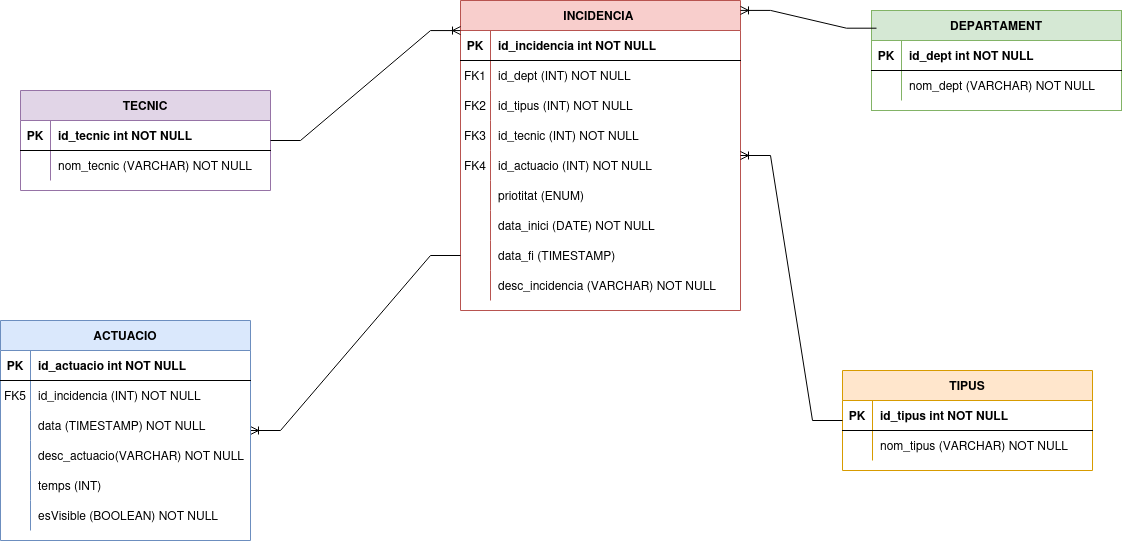
Above: assets/modelER_incidencia.drawio.png in inspedralbes/projecte-1daw-25-26-daw1pj_patri_jc (draw.io), before the change. Source tidied: cells renumbered, new cells last; positions are measured from the earlier drawing's top-left corner, leaving out a move shared by most shapes.
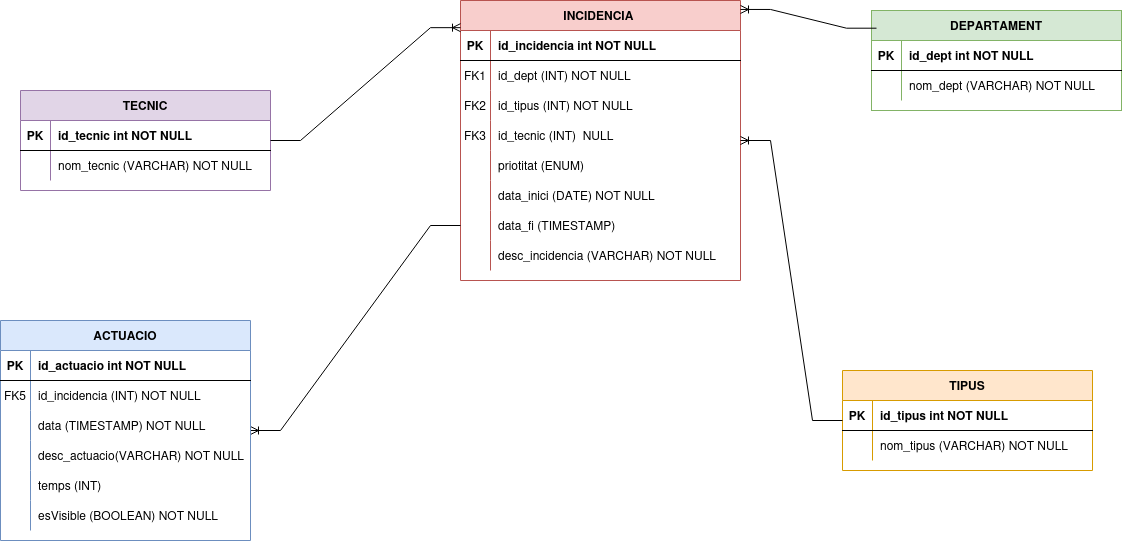
The same file after the commit.

Change to the diagram source:
```diff
@@ -24,7 +24,7 @@
       <mxGeometry x="30" width="220" height="30" as="geometry" />
     </mxCell>
     <mxCell id="9" value="INCIDENCIA " style="shape=table;startSize=30;rowLines=0;fontStyle=1;align=center;fillColor=#f8cecc;strokeColor=#b85450;" parent="1" vertex="1">
-      <mxGeometry x="460" width="280" height="310" as="geometry" />
+      <mxGeometry x="460" width="280" height="280" as="geometry" />
     </mxCell>
     <mxCell id="10" style="shape=partialRectangle;fillColor=none;top=0;left=0;right=0;bottom=1;" parent="9" vertex="1">
       <mxGeometry y="30" width="280" height="30" as="geometry" />
@@ -59,20 +59,11 @@
     <mxCell id="20" value="FK3" style="shape=partialRectangle;overflow=hidden;fillColor=none;top=0;left=0;bottom=0;right=0;" parent="19" vertex="1">
       <mxGeometry width="30" height="30" as="geometry" />
     </mxCell>
-    <mxCell id="21" value="id_tecnic (INT) NOT NULL" style="shape=partialRectangle;overflow=hidden;fillColor=none;top=0;left=0;bottom=0;right=0;align=left;spacingLeft=6;" parent="19" vertex="1">
+    <mxCell id="21" value="id_tecnic (INT)  NULL" style="shape=partialRectangle;overflow=hidden;fillColor=none;top=0;left=0;bottom=0;right=0;align=left;spacingLeft=6;" parent="19" vertex="1">
       <mxGeometry x="30" width="250" height="30" as="geometry" />
     </mxCell>
-    <mxCell id="22" style="shape=partialRectangle;fillColor=none;top=0;left=0;right=0;bottom=0;" parent="9" vertex="1">
-      <mxGeometry y="150" width="280" height="30" as="geometry" />
-    </mxCell>
-    <mxCell id="23" value="FK4" style="shape=partialRectangle;overflow=hidden;fillColor=none;top=0;left=0;bottom=0;right=0;" parent="22" vertex="1">
-      <mxGeometry width="30" height="30" as="geometry" />
-    </mxCell>
-    <mxCell id="24" value="id_actuacio (INT) NOT NULL" style="shape=partialRectangle;overflow=hidden;fillColor=none;top=0;left=0;bottom=0;right=0;align=left;spacingLeft=6;" parent="22" vertex="1">
-      <mxGeometry x="30" width="250" height="30" as="geometry" />
-    </mxCell>
     <mxCell id="25" style="shape=partialRectangle;fillColor=none;top=0;left=0;right=0;bottom=0;" parent="9" vertex="1">
-      <mxGeometry y="180" width="280" height="30" as="geometry" />
+      <mxGeometry y="150" width="280" height="30" as="geometry" />
     </mxCell>
     <mxCell id="26" style="shape=partialRectangle;overflow=hidden;fillColor=none;top=0;left=0;bottom=0;right=0;" parent="25" vertex="1">
       <mxGeometry width="30" height="30" as="geometry" />
@@ -81,7 +72,7 @@
       <mxGeometry x="30" width="250" height="30" as="geometry" />
     </mxCell>
     <mxCell id="28" style="shape=partialRectangle;fillColor=none;top=0;left=0;right=0;bottom=0;" parent="9" vertex="1">
-      <mxGeometry y="210" width="280" height="30" as="geometry" />
+      <mxGeometry y="180" width="280" height="30" as="geometry" />
     </mxCell>
     <mxCell id="29" style="shape=partialRectangle;overflow=hidden;fillColor=none;top=0;left=0;bottom=0;right=0;" parent="28" vertex="1">
       <mxGeometry width="30" height="30" as="geometry" />
@@ -90,7 +81,7 @@
       <mxGeometry x="30" width="250" height="30" as="geometry" />
     </mxCell>
     <mxCell id="31" style="shape=partialRectangle;fillColor=none;points=[[0,0.5],[1,0.5]];portConstraint=eastwest;top=0;left=0;right=0;bottom=0;" parent="9" vertex="1">
-      <mxGeometry y="240" width="280" height="30" as="geometry" />
+      <mxGeometry y="210" width="280" height="30" as="geometry" />
     </mxCell>
     <mxCell id="32" style="shape=partialRectangle;overflow=hidden;fillColor=none;top=0;left=0;bottom=0;right=0;" parent="31" vertex="1">
       <mxGeometry width="30" height="30" as="geometry" />
@@ -99,7 +90,7 @@
       <mxGeometry x="30" width="250" height="30" as="geometry" />
     </mxCell>
     <mxCell id="34" style="shape=partialRectangle;fillColor=none;top=0;left=0;right=0;bottom=0;" parent="9" vertex="1">
-      <mxGeometry y="270" width="280" height="30" as="geometry" />
+      <mxGeometry y="240" width="280" height="30" as="geometry" />
     </mxCell>
     <mxCell id="35" style="shape=partialRectangle;overflow=hidden;fillColor=none;top=0;left=0;bottom=0;right=0;" parent="34" vertex="1">
       <mxGeometry width="30" height="30" as="geometry" />
```
